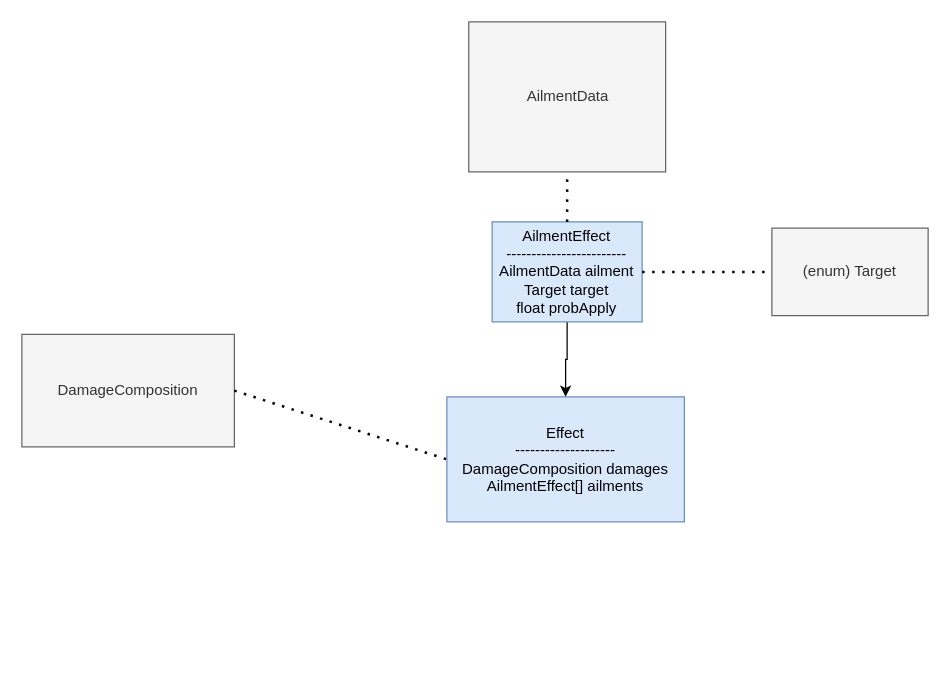
Above: page "Effects" (5 of 8) of workflows/Inventory,Skills & Effects.drawio in moretech1402/Unity-Scripts (draw.io), before the change. Source tidied: cells renumbered, new cells numbered last; positions are measured from the earlier drawing's top-left corner, leaving out a move shared by most shapes. Both pictures are drawn from the tidied source at 125%, with x=0, y=0 at pixel (21, 21).
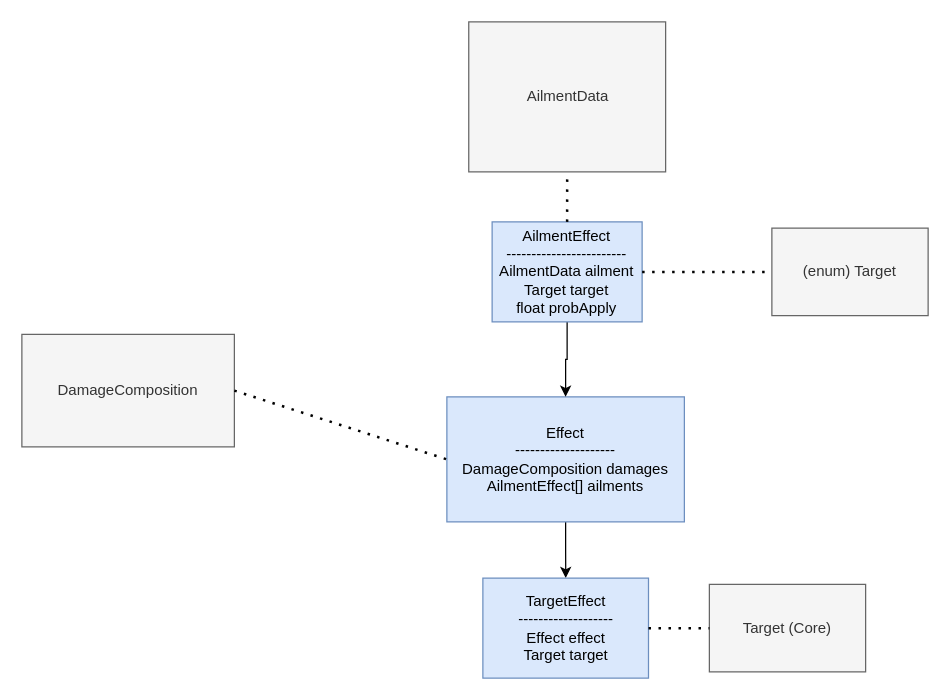
After the change.

Diff of the diagram source:
```diff
@@
 <mxGraphModel>
   <root>
     <mxCell id="0" />
     <mxCell id="1" parent="0" />
+    <mxCell id="11" style="edgeStyle=orthogonalEdgeStyle;rounded=0;jettySize=auto;html=1;" parent="1" edge="1" source="2" target="12">
+      <mxGeometry relative="1" as="geometry" />
+    </mxCell>
     <mxCell id="2" value="Effect&lt;div&gt;--------------------&lt;/div&gt;&lt;div&gt;DamageComposition damages&lt;/div&gt;&lt;div&gt;AilmentEffect[] ailments&lt;/div&gt;" style="rounded=0;whiteSpace=wrap;html=1;fillColor=#dae8fc;strokeColor=#6c8ebf;" parent="1" vertex="1">
       <mxGeometry x="340" y="300" width="190" height="100" as="geometry" />
     </mxCell>
     <mxCell id="3" style="edgeStyle=orthogonalEdgeStyle;rounded=0;jettySize=auto;html=1;entryX=0.5;entryY=0;entryDx=0;entryDy=0;" parent="1" edge="1" source="4" target="2">
       <mxGeometry relative="1" as="geometry" />
     </mxCell>
     <mxCell id="4" value="AilmentEffect&lt;div&gt;------------------------&lt;/div&gt;&lt;div&gt;AilmentData ailment&lt;/div&gt;&lt;div&gt;Target target&lt;/div&gt;&lt;div&gt;float probApply&lt;/div&gt;" style="rounded=0;whiteSpace=wrap;html=1;fillColor=#dae8fc;strokeColor=#6c8ebf;" parent="1" vertex="1">
       <mxGeometry x="376.2" y="160" width="120" height="80" as="geometry" />
     </mxCell>
     <mxCell id="5" value="AilmentData" style="rounded=0;whiteSpace=wrap;html=1;fillColor=#f5f5f5;strokeColor=#666666;fontColor=#333333;" parent="1" vertex="1">
       <mxGeometry x="357.5" width="157.5" height="120" as="geometry" />
     </mxCell>
     <mxCell id="6" value="DamageComposition" style="rounded=0;whiteSpace=wrap;html=1;fillColor=#f5f5f5;strokeColor=#666666;fontColor=#333333;" parent="1" vertex="1">
       <mxGeometry y="250" width="170" height="90" as="geometry" />
     </mxCell>
     <mxCell id="7" style="endArrow=none;dashed=1;html=1;dashPattern=1 3;strokeWidth=2;rounded=0;exitX=1;exitY=0.5;exitDx=0;exitDy=0;entryX=0;entryY=0.5;entryDx=0;entryDy=0;" parent="1" edge="1" source="6" target="2">
       <mxGeometry relative="1" as="geometry" />
     </mxCell>
     <mxCell id="8" style="endArrow=none;dashed=1;html=1;dashPattern=1 3;strokeWidth=2;rounded=0;entryX=0.5;entryY=1;entryDx=0;entryDy=0;exitX=0.5;exitY=0;exitDx=0;exitDy=0;" parent="1" edge="1" source="4" target="5">
       <mxGeometry relative="1" as="geometry" />
     </mxCell>
     <mxCell id="9" value="(enum) Target" style="rounded=0;whiteSpace=wrap;html=1;fillColor=#f5f5f5;strokeColor=#666666;fontColor=#333333;" parent="1" vertex="1">
       <mxGeometry x="600" y="165" width="125" height="70" as="geometry" />
     </mxCell>
     <mxCell id="10" style="endArrow=none;dashed=1;html=1;dashPattern=1 3;strokeWidth=2;rounded=0;entryX=0;entryY=0.5;entryDx=0;entryDy=0;exitX=1;exitY=0.5;exitDx=0;exitDy=0;" parent="1" edge="1" source="4" target="9">
       <mxGeometry relative="1" as="geometry" />
     </mxCell>
+    <mxCell id="12" value="TargetEffect&lt;div&gt;-------------------&lt;/div&gt;&lt;div&gt;Effect effect&lt;/div&gt;&lt;div&gt;Target target&lt;/div&gt;" style="rounded=0;whiteSpace=wrap;html=1;fillColor=#dae8fc;strokeColor=#6c8ebf;" parent="1" vertex="1">
+      <mxGeometry x="368.8" y="445" width="132.5" height="80" as="geometry" />
+    </mxCell>
+    <mxCell id="13" value="Target (Core)" style="rounded=0;whiteSpace=wrap;html=1;fillColor=#f5f5f5;strokeColor=#666666;flipV=1;flipH=1;fontColor=#333333;" parent="1" vertex="1">
+      <mxGeometry x="550" y="450" width="125" height="70" as="geometry" />
+    </mxCell>
+    <mxCell id="14" style="endArrow=none;dashed=1;html=1;dashPattern=1 3;strokeWidth=2;rounded=0;entryX=0;entryY=0.5;entryDx=0;entryDy=0;exitX=1;exitY=0.5;exitDx=0;exitDy=0;" parent="1" edge="1" source="12" target="13">
+      <mxGeometry relative="1" as="geometry" />
+    </mxCell>
   </root>
 </mxGraphModel>
```
